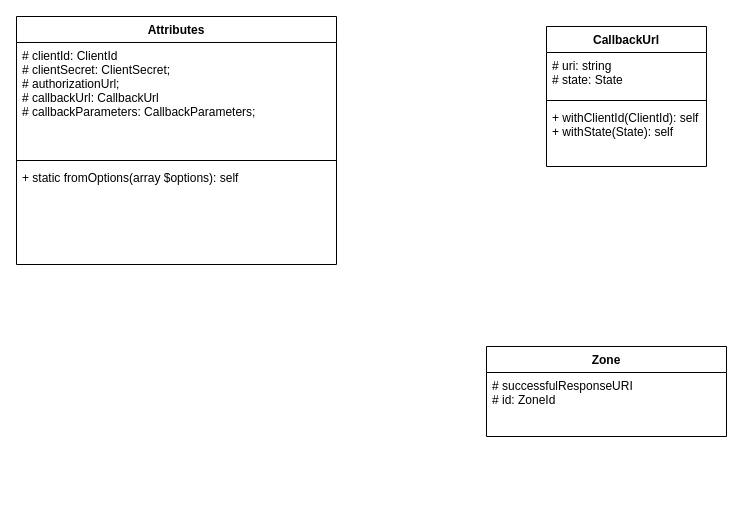
Earlier version of the draw.io diagram page "attributes" (4 of 4) of oauth.drawio (andrzej-pakula/oauth-api-connector-bundle). Source tidied: cells renumbered, new cells numbered last; positions are measured from the earlier drawing's top-left corner, leaving out a move shared by most shapes. Both pictures are drawn from the tidied source at 100%, with x=0, y=0 at pixel (16, 16).
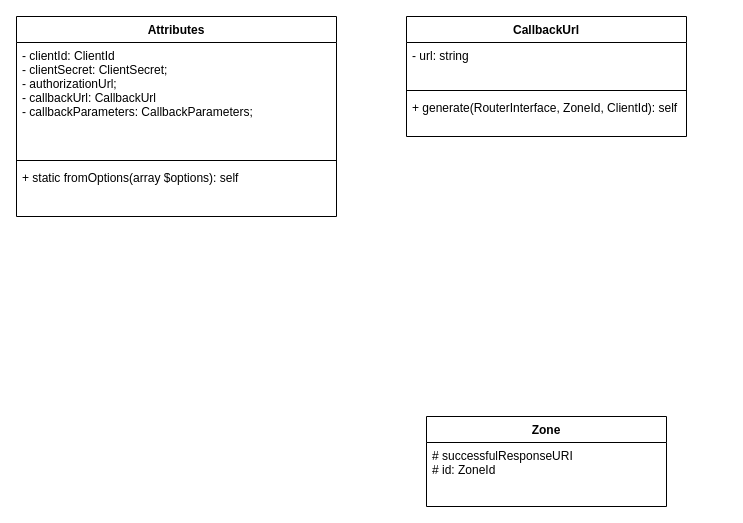
Above is the later version.

Diff of the diagram source:
```diff
@@
 <mxGraphModel>
   <root>
     <mxCell id="0" />
     <mxCell id="1" parent="0" />
     <mxCell id="2" value="Attributes" style="swimlane;fontStyle=1;align=center;verticalAlign=top;horizontal=1;startSize=26;strokeColor=#000000;" parent="1" vertex="1">
-      <mxGeometry width="320" height="248" as="geometry" />
+      <mxGeometry width="320" height="200" as="geometry" />
     </mxCell>
-    <mxCell id="3" value="# clientId: ClientId&#10;# clientSecret: ClientSecret;&#10;# authorizationUrl;&#10;# callbackUrl: CallbackUrl&#10;# callbackParameters: CallbackParameters;&#10;" style="text;strokeColor=none;fillColor=none;align=left;verticalAlign=top;spacingLeft=4;spacingRight=4;overflow=hidden;" parent="2" vertex="1">
+    <mxCell id="3" value="- clientId: ClientId&#10;- clientSecret: ClientSecret;&#10;- authorizationUrl;&#10;- callbackUrl: CallbackUrl&#10;- callbackParameters: CallbackParameters;&#10;" style="text;strokeColor=none;fillColor=none;align=left;verticalAlign=top;spacingLeft=4;spacingRight=4;overflow=hidden;" parent="2" vertex="1">
       <mxGeometry y="26" width="320" height="114" as="geometry" />
     </mxCell>
     <mxCell id="4" style="line;strokeWidth=1;fillColor=none;align=left;verticalAlign=middle;spacingTop=-1;spacingLeft=3;spacingRight=3;labelPosition=right;" parent="2" vertex="1">
       <mxGeometry y="140" width="320" height="8" as="geometry" />
     </mxCell>
     <mxCell id="5" value="+ static fromOptions(array $options): self" style="text;strokeColor=none;fillColor=none;align=left;verticalAlign=top;spacingLeft=4;spacingRight=4;overflow=hidden;" parent="2" vertex="1">
-      <mxGeometry y="148" width="320" height="100" as="geometry" />
+      <mxGeometry y="148" width="320" height="52" as="geometry" />
     </mxCell>
-    <mxCell id="6" value="Zone" style="swimlane;fontStyle=1;align=center;verticalAlign=top;horizontal=1;startSize=26;" parent="1" vertex="1">
-      <mxGeometry x="470" y="330" width="240" height="90" as="geometry" />
-    </mxCell>
-    <mxCell id="7" value="# successfulResponseURI&#10;# id: ZoneId" style="text;strokeColor=none;fillColor=none;align=left;verticalAlign=top;spacingLeft=4;spacingRight=4;overflow=hidden;" parent="6" vertex="1">
-      <mxGeometry y="26" width="240" height="64" as="geometry" />
-    </mxCell>
     <mxCell id="8" value="CallbackUrl" style="swimlane;fontStyle=1;align=center;verticalAlign=top;horizontal=1;startSize=26;" parent="1" vertex="1">
-      <mxGeometry x="530" y="10" width="160" height="140" as="geometry" />
+      <mxGeometry x="390" width="280" height="120" as="geometry" />
     </mxCell>
-    <mxCell id="9" value="# uri: string&#10;# state: State" style="text;strokeColor=none;fillColor=none;align=left;verticalAlign=top;spacingLeft=4;spacingRight=4;overflow=hidden;" parent="8" vertex="1">
-      <mxGeometry y="26" width="160" height="44" as="geometry" />
+    <mxCell id="9" value="- url: string&#10;" style="text;strokeColor=none;fillColor=none;align=left;verticalAlign=top;spacingLeft=4;spacingRight=4;overflow=hidden;" parent="8" vertex="1">
+      <mxGeometry y="26" width="280" height="44" as="geometry" />
     </mxCell>
     <mxCell id="10" style="line;strokeWidth=1;fillColor=none;align=left;verticalAlign=middle;spacingTop=-1;spacingLeft=3;spacingRight=3;labelPosition=right;" parent="8" vertex="1">
-      <mxGeometry y="70" width="160" height="8" as="geometry" />
+      <mxGeometry y="70" width="280" height="8" as="geometry" />
     </mxCell>
-    <mxCell id="11" value="+ withClientId(ClientId): self&#10;+ withState(State): self" style="text;strokeColor=none;fillColor=none;align=left;verticalAlign=top;spacingLeft=4;spacingRight=4;overflow=hidden;" parent="8" vertex="1">
-      <mxGeometry y="78" width="160" height="62" as="geometry" />
+    <mxCell id="11" value="+ generate(RouterInterface, ZoneId, ClientId): self&#10;" style="text;strokeColor=none;fillColor=none;align=left;verticalAlign=top;spacingLeft=4;spacingRight=4;overflow=hidden;" parent="8" vertex="1">
+      <mxGeometry y="78" width="280" height="42" as="geometry" />
     </mxCell>
+    <mxCell id="6" value="Zone" style="swimlane;fontStyle=1;align=center;verticalAlign=top;horizontal=1;startSize=26;" parent="1" vertex="1">
+      <mxGeometry x="410" y="400" width="240" height="90" as="geometry" />
+    </mxCell>
+    <mxCell id="7" value="# successfulResponseURI&#10;# id: ZoneId" style="text;strokeColor=none;fillColor=none;align=left;verticalAlign=top;spacingLeft=4;spacingRight=4;overflow=hidden;" parent="6" vertex="1">
+      <mxGeometry y="26" width="240" height="64" as="geometry" />
+    </mxCell>
   </root>
 </mxGraphModel>
```
